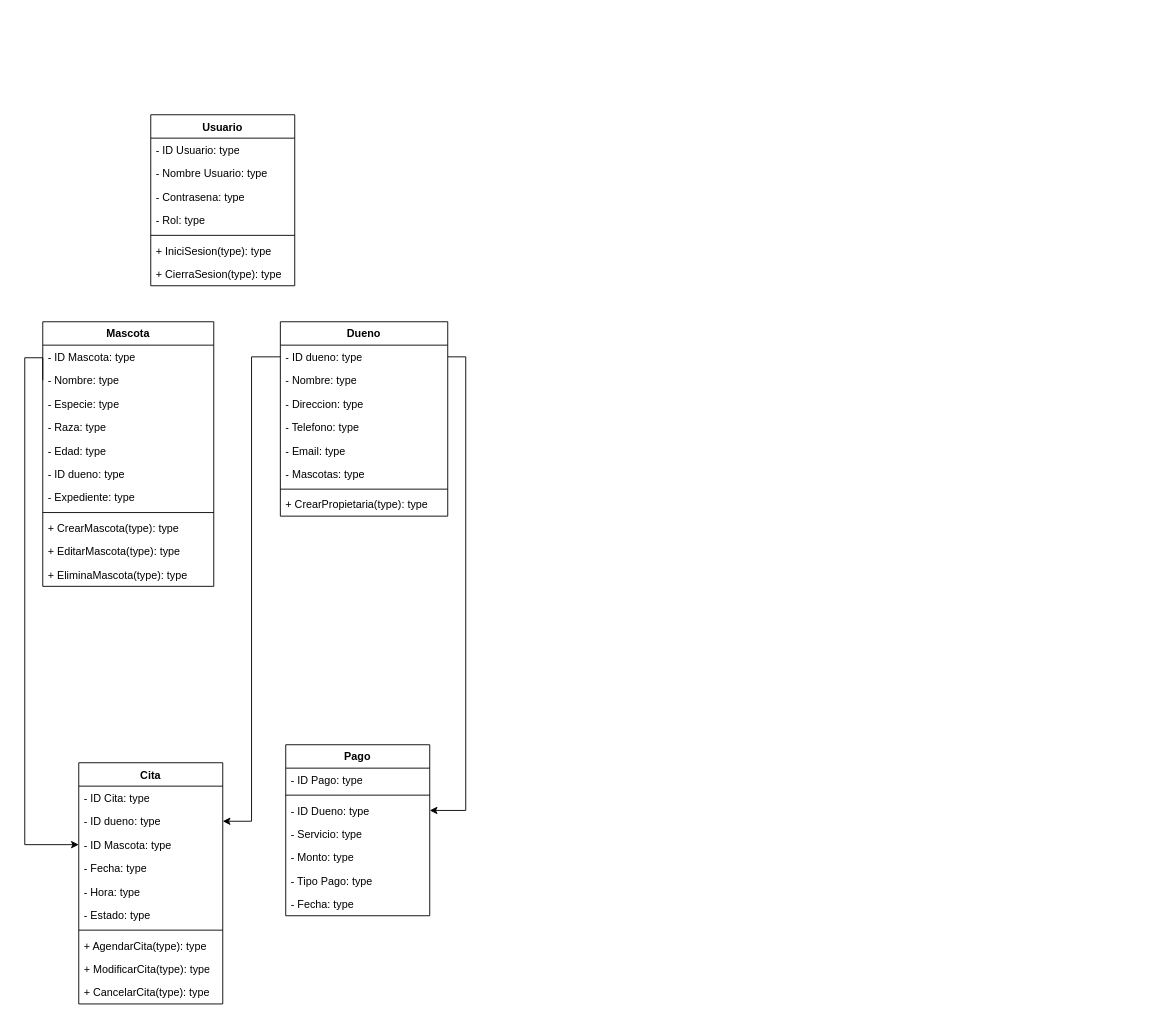
The draw.io diagram Diagrama sin título.drawio in NixieNixi/diagramaClases, before the edit. Source tidied: cells renumbered, new cells numbered last; positions are measured from the earlier drawing's top-left corner, leaving out a move shared by most shapes. Both pictures are drawn from the tidied source at 90%, with x=0, y=0 at pixel (24, 114).
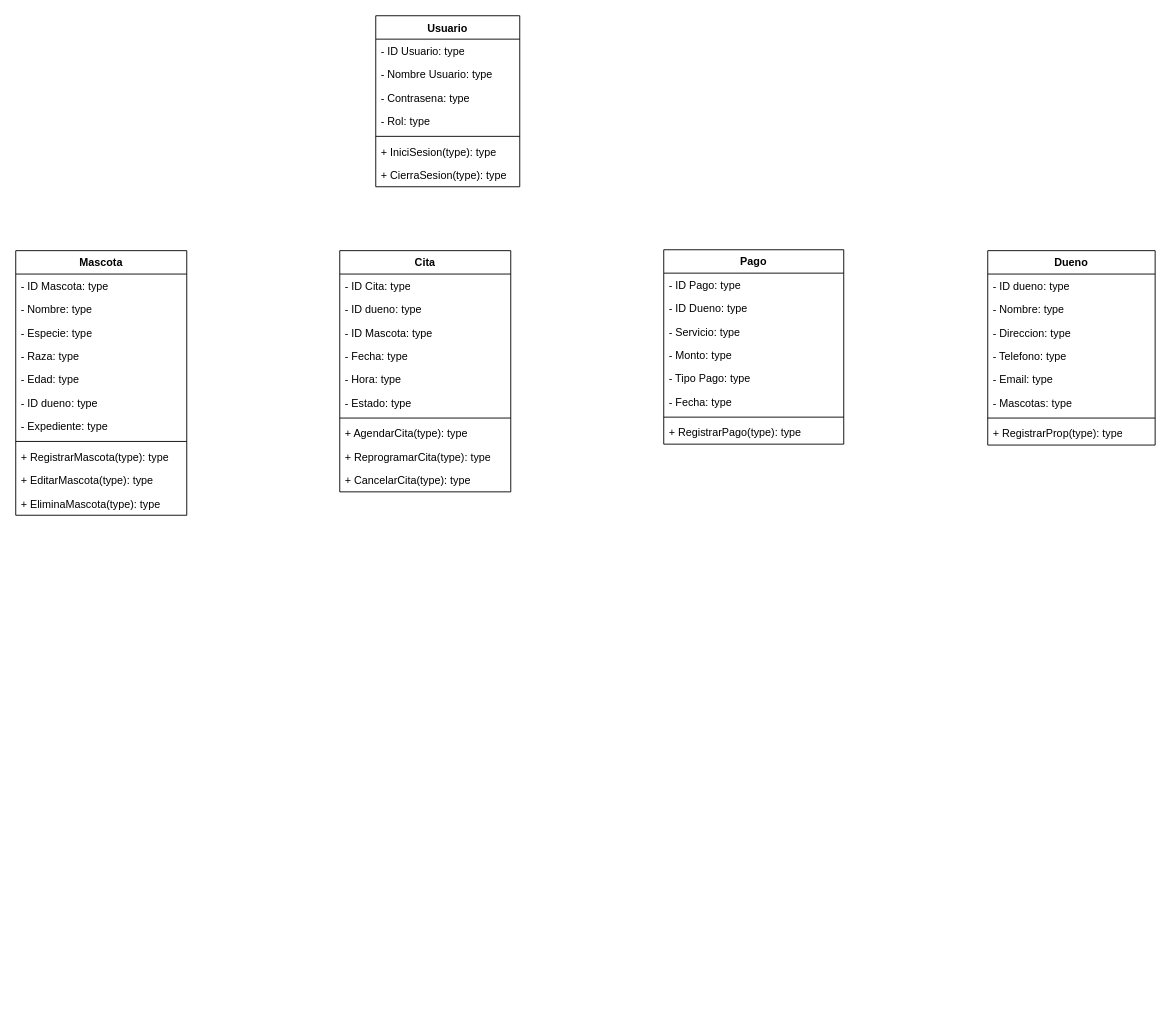
Above is the later version.

Unchanged cells that the change refers to:
```xml
<mxCell id="4" value="- Nombre: type" style="text;strokeColor=none;fillColor=none;align=left;verticalAlign=top;spacingLeft=4;spacingRight=4;overflow=hidden;points=[[0,0.5],[1,0.5]];portConstraint=eastwest;whiteSpace=wrap;html=1;" parent="2" vertex="1">
  <mxGeometry y="52" width="190" height="26" as="geometry" />
</mxCell>
<mxCell id="15" value="- ID dueno: type" style="text;strokeColor=none;fillColor=none;align=left;verticalAlign=top;spacingLeft=4;spacingRight=4;overflow=hidden;points=[[0,0.5],[1,0.5]];portConstraint=eastwest;whiteSpace=wrap;html=1;" parent="14" vertex="1">
  <mxGeometry y="26" width="186" height="26" as="geometry" />
</mxCell>
```

What changed in the source:
```diff
@@
     <mxCell id="2" value="Mascota" style="swimlane;fontStyle=1;align=center;verticalAlign=top;horizontal=1;startSize=26;whiteSpace=wrap;html=1;" parent="1" vertex="1">
-      <mxGeometry x="20" y="230" width="190" height="294" as="geometry" />
+      <mxGeometry x="-10" y="151" width="190" height="294" as="geometry" />
     </mxCell>
@@
-    <mxCell id="11" value="+ CrearMascota(type): type" style="text;strokeColor=none;fillColor=none;align=left;verticalAlign=top;spacingLeft=4;spacingRight=4;overflow=hidden;whiteSpace=wrap;html=1;" parent="2" vertex="1">
+    <mxCell id="11" value="+ RegistrarMascota(type): type" style="text;strokeColor=none;fillColor=none;align=left;verticalAlign=top;spacingLeft=4;spacingRight=4;overflow=hidden;whiteSpace=wrap;html=1;" parent="2" vertex="1">
       <mxGeometry y="216" width="190" height="26" as="geometry" />
     </mxCell>
@@
     <mxCell id="14" value="Dueno" style="swimlane;fontStyle=1;align=center;verticalAlign=top;horizontal=1;startSize=26;whiteSpace=wrap;html=1;" parent="1" vertex="1">
-      <mxGeometry x="284" y="230" width="186" height="216" as="geometry" />
+      <mxGeometry x="1070" y="151" width="186" height="216" as="geometry" />
     </mxCell>
@@
-    <mxCell id="22" value="+ CrearPropietaria(type): type" style="text;strokeColor=none;fillColor=none;align=left;verticalAlign=top;spacingLeft=4;spacingRight=4;overflow=hidden;whiteSpace=wrap;html=1;" parent="14" vertex="1">
+    <mxCell id="22" value="+ RegistrarProp(type): type" style="text;strokeColor=none;fillColor=none;align=left;verticalAlign=top;spacingLeft=4;spacingRight=4;overflow=hidden;whiteSpace=wrap;html=1;" parent="14" vertex="1">
       <mxGeometry y="190" width="186" height="26" as="geometry" />
     </mxCell>
     <mxCell id="23" value="Cita" style="swimlane;fontStyle=1;align=center;verticalAlign=top;horizontal=1;startSize=26;whiteSpace=wrap;html=1;" parent="1" vertex="1">
-      <mxGeometry x="60" y="720" width="160" height="268" as="geometry" />
+      <mxGeometry x="350" y="151" width="190" height="268" as="geometry" />
     </mxCell>
     <mxCell id="24" value="- ID Cita: type" style="text;strokeColor=none;fillColor=none;align=left;verticalAlign=top;spacingLeft=4;spacingRight=4;overflow=hidden;whiteSpace=wrap;html=1;" parent="23" vertex="1">
-      <mxGeometry y="26" width="160" height="26" as="geometry" />
+      <mxGeometry y="26" width="190" height="26" as="geometry" />
     </mxCell>
     <mxCell id="25" value="- ID dueno&lt;span style=&quot;background-color: initial;&quot;&gt;: type&lt;/span&gt;" style="text;strokeColor=none;fillColor=none;align=left;verticalAlign=top;spacingLeft=4;spacingRight=4;overflow=hidden;points=[[0,0.5],[1,0.5]];portConstraint=eastwest;whiteSpace=wrap;html=1;" parent="23" vertex="1">
-      <mxGeometry y="52" width="160" height="26" as="geometry" />
+      <mxGeometry y="52" width="190" height="26" as="geometry" />
     </mxCell>
     <mxCell id="26" value="- ID Mascota: type" style="text;strokeColor=none;fillColor=none;align=left;verticalAlign=top;spacingLeft=4;spacingRight=4;overflow=hidden;points=[[0,0.5],[1,0.5]];portConstraint=eastwest;whiteSpace=wrap;html=1;" parent="23" vertex="1">
-      <mxGeometry y="78" width="160" height="26" as="geometry" />
+      <mxGeometry y="78" width="190" height="26" as="geometry" />
     </mxCell>
     <mxCell id="27" value="- Fecha&lt;span style=&quot;background-color: initial;&quot;&gt;: type&lt;/span&gt;" style="text;strokeColor=none;fillColor=none;align=left;verticalAlign=top;spacingLeft=4;spacingRight=4;overflow=hidden;whiteSpace=wrap;html=1;" parent="23" vertex="1">
-      <mxGeometry y="104" width="160" height="26" as="geometry" />
+      <mxGeometry y="104" width="190" height="26" as="geometry" />
     </mxCell>
     <mxCell id="28" value="- Hora: type" style="text;strokeColor=none;fillColor=none;align=left;verticalAlign=top;spacingLeft=4;spacingRight=4;overflow=hidden;whiteSpace=wrap;html=1;" parent="23" vertex="1">
-      <mxGeometry y="130" width="160" height="26" as="geometry" />
+      <mxGeometry y="130" width="190" height="26" as="geometry" />
     </mxCell>
     <mxCell id="29" value="- Estado: type" style="text;strokeColor=none;fillColor=none;align=left;verticalAlign=top;spacingLeft=4;spacingRight=4;overflow=hidden;whiteSpace=wrap;html=1;" parent="23" vertex="1">
-      <mxGeometry y="156" width="160" height="26" as="geometry" />
+      <mxGeometry y="156" width="190" height="26" as="geometry" />
     </mxCell>
     <mxCell id="30" style="line;strokeWidth=1;fillColor=none;align=left;verticalAlign=middle;spacingTop=-1;spacingLeft=3;spacingRight=3;labelPosition=right;strokeColor=inherit;" parent="23" vertex="1">
-      <mxGeometry y="182" width="160" height="8" as="geometry" />
+      <mxGeometry y="182" width="190" height="8" as="geometry" />
     </mxCell>
     <mxCell id="31" value="+ AgendarCita(type): type" style="text;strokeColor=none;fillColor=none;align=left;verticalAlign=top;spacingLeft=4;spacingRight=4;overflow=hidden;whiteSpace=wrap;html=1;" parent="23" vertex="1">
-      <mxGeometry y="190" width="160" height="26" as="geometry" />
+      <mxGeometry y="190" width="190" height="26" as="geometry" />
     </mxCell>
-    <mxCell id="32" value="+ ModificarCita(type): type" style="text;strokeColor=none;fillColor=none;align=left;verticalAlign=top;spacingLeft=4;spacingRight=4;overflow=hidden;whiteSpace=wrap;html=1;" parent="23" vertex="1">
-      <mxGeometry y="216" width="160" height="26" as="geometry" />
+    <mxCell id="32" value="+ ReprogramarCita(type): type" style="text;strokeColor=none;fillColor=none;align=left;verticalAlign=top;spacingLeft=4;spacingRight=4;overflow=hidden;whiteSpace=wrap;html=1;" parent="23" vertex="1">
+      <mxGeometry y="216" width="190" height="26" as="geometry" />
     </mxCell>
     <mxCell id="33" value="+ CancelarCita(type): type" style="text;strokeColor=none;fillColor=none;align=left;verticalAlign=top;spacingLeft=4;spacingRight=4;overflow=hidden;whiteSpace=wrap;html=1;" parent="23" vertex="1">
-      <mxGeometry y="242" width="160" height="26" as="geometry" />
+      <mxGeometry y="242" width="190" height="26" as="geometry" />
     </mxCell>
-    <mxCell id="34" style="edgeStyle=orthogonalEdgeStyle;rounded=0;jettySize=auto;html=1;exitX=0;exitY=0.5;exitDx=0;exitDy=0;entryX=0;entryY=0.5;entryDx=0;entryDy=0;" parent="1" edge="1" source="4" target="26">
-      <mxGeometry relative="1" as="geometry">
-        <Array as="points">
-          <mxPoint x="20" y="270" />
-          <mxPoint y="270" />
-          <mxPoint y="811" />
-        </Array>
-      </mxGeometry>
-    </mxCell>
-    <mxCell id="35" style="edgeStyle=orthogonalEdgeStyle;rounded=0;jettySize=auto;html=1;exitX=0;exitY=0.5;exitDx=0;exitDy=0;entryX=1;entryY=0.5;entryDx=0;entryDy=0;" parent="1" edge="1" source="15" target="25">
-      <mxGeometry relative="1" as="geometry" />
-    </mxCell>
     <mxCell id="36" value="Pago" style="swimlane;fontStyle=1;align=center;verticalAlign=top;horizontal=1;startSize=26;whiteSpace=wrap;html=1;" parent="1" vertex="1">
-      <mxGeometry x="290" y="700" width="160" height="190" as="geometry" />
+      <mxGeometry x="710" y="150" width="200" height="216" as="geometry" />
     </mxCell>
     <mxCell id="37" value="- ID Pago: type" style="text;strokeColor=none;fillColor=none;align=left;verticalAlign=top;spacingLeft=4;spacingRight=4;overflow=hidden;whiteSpace=wrap;html=1;" parent="36" vertex="1">
-      <mxGeometry y="26" width="160" height="26" as="geometry" />
+      <mxGeometry y="26" width="200" height="26" as="geometry" />
     </mxCell>
-    <mxCell id="38" style="line;strokeWidth=1;fillColor=none;align=left;verticalAlign=middle;spacingTop=-1;spacingLeft=3;spacingRight=3;labelPosition=right;strokeColor=inherit;" parent="36" vertex="1">
-      <mxGeometry y="52" width="160" height="8" as="geometry" />
-    </mxCell>
     <mxCell id="39" value="- ID Dueno: type" style="text;strokeColor=none;fillColor=none;align=left;verticalAlign=top;spacingLeft=4;spacingRight=4;overflow=hidden;points=[[0,0.5],[1,0.5]];portConstraint=eastwest;whiteSpace=wrap;html=1;" parent="36" vertex="1">
-      <mxGeometry y="60" width="160" height="26" as="geometry" />
+      <mxGeometry y="52" width="200" height="26" as="geometry" />
     </mxCell>
     <mxCell id="40" value="- Servicio&lt;span style=&quot;background-color: initial;&quot;&gt;: type&lt;/span&gt;" style="text;strokeColor=none;fillColor=none;align=left;verticalAlign=top;spacingLeft=4;spacingRight=4;overflow=hidden;whiteSpace=wrap;html=1;" parent="36" vertex="1">
-      <mxGeometry y="86" width="160" height="26" as="geometry" />
+      <mxGeometry y="78" width="200" height="26" as="geometry" />
     </mxCell>
     <mxCell id="41" value="- Monto&lt;span style=&quot;background-color: initial;&quot;&gt;: type&lt;/span&gt;" style="text;strokeColor=none;fillColor=none;align=left;verticalAlign=top;spacingLeft=4;spacingRight=4;overflow=hidden;whiteSpace=wrap;html=1;" parent="36" vertex="1">
-      <mxGeometry y="112" width="160" height="26" as="geometry" />
+      <mxGeometry y="104" width="200" height="26" as="geometry" />
     </mxCell>
     <mxCell id="42" value="- Tipo Pago: type" style="text;strokeColor=none;fillColor=none;align=left;verticalAlign=top;spacingLeft=4;spacingRight=4;overflow=hidden;whiteSpace=wrap;html=1;" parent="36" vertex="1">
-      <mxGeometry y="138" width="160" height="26" as="geometry" />
+      <mxGeometry y="130" width="200" height="26" as="geometry" />
     </mxCell>
     <mxCell id="43" value="- Fecha&lt;span style=&quot;background-color: initial;&quot;&gt;: type&lt;/span&gt;" style="text;strokeColor=none;fillColor=none;align=left;verticalAlign=top;spacingLeft=4;spacingRight=4;overflow=hidden;whiteSpace=wrap;html=1;" parent="36" vertex="1">
-      <mxGeometry y="164" width="160" height="26" as="geometry" />
+      <mxGeometry y="156" width="200" height="26" as="geometry" />
     </mxCell>
-    <mxCell id="44" style="edgeStyle=orthogonalEdgeStyle;rounded=0;jettySize=auto;html=1;exitX=1;exitY=0.5;exitDx=0;exitDy=0;entryX=1;entryY=0.5;entryDx=0;entryDy=0;" parent="1" edge="1" source="15" target="39">
-      <mxGeometry relative="1" as="geometry" />
-    </mxCell>
+    <mxCell id="38" style="line;strokeWidth=1;fillColor=none;align=left;verticalAlign=middle;spacingTop=-1;spacingLeft=3;spacingRight=3;labelPosition=right;strokeColor=inherit;" parent="36" vertex="1">
+      <mxGeometry y="182" width="200" height="8" as="geometry" />
+    </mxCell>
+    <mxCell id="53" value="+ RegistrarPago(type): type" style="text;strokeColor=none;fillColor=none;align=left;verticalAlign=top;spacingLeft=4;spacingRight=4;overflow=hidden;whiteSpace=wrap;html=1;" parent="36" vertex="1">
+      <mxGeometry y="190" width="200" height="26" as="geometry" />
+    </mxCell>
     <mxCell id="45" value="Usuario" style="swimlane;fontStyle=1;align=center;verticalAlign=top;horizontal=1;startSize=26;whiteSpace=wrap;html=1;" parent="1" vertex="1">
-      <mxGeometry x="140" width="160" height="190" as="geometry" />
+      <mxGeometry x="390" y="-110" width="160" height="190" as="geometry" />
     </mxCell>
```
